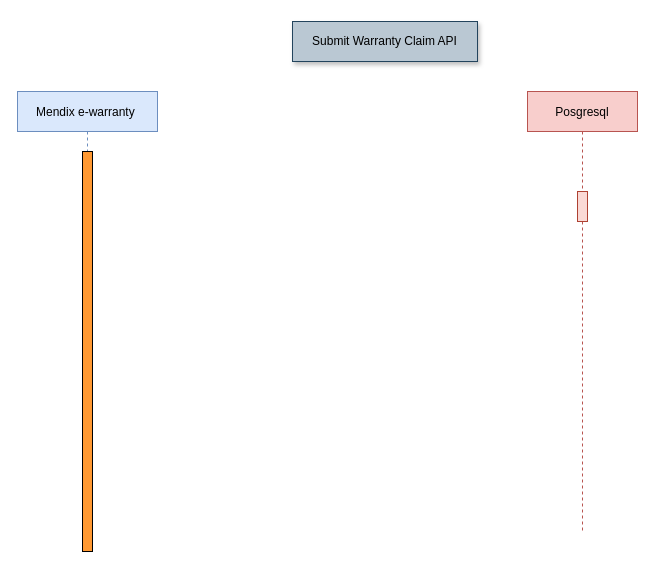
Above: Untitled Diagram.drawio in MrMetalAddict/Retail-Mon (draw.io), before the change. Source tidied: cells renumbered, new cells numbered last; positions are measured from the earlier drawing's top-left corner, leaving out a move shared by most shapes. Both pictures are drawn from the tidied source at 100%, with x=0, y=0 at pixel (17, 21).
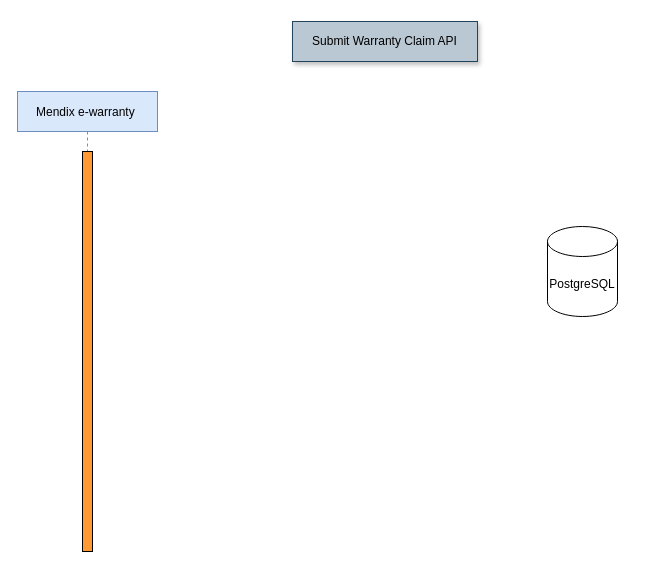
The same diagram, later.

What changed in the source:
```diff
@@
 <mxGraphModel>
   <root>
     <mxCell id="0" />
     <mxCell id="1" parent="0" />
     <mxCell id="2" value="Mendix e-warranty " style="shape=umlLifeline;perimeter=lifelinePerimeter;rounded=0;shadow=0;strokeWidth=1;fillColor=#dae8fc;strokeColor=#6c8ebf;" parent="1" vertex="1">
       <mxGeometry y="70" width="140" height="440" as="geometry" />
     </mxCell>
     <mxCell id="3" style="perimeter=orthogonalPerimeter;rounded=0;shadow=0;strokeWidth=1;fillColor=#FF9933;" parent="2" vertex="1">
       <mxGeometry x="65" y="60" width="10" height="400" as="geometry" />
     </mxCell>
     <mxCell id="4" value="Submit Warranty Claim API" style="text;html=1;align=center;verticalAlign=middle;whiteSpace=wrap;rounded=0;shadow=1;fillColor=#bac8d3;strokeColor=#23445d;" parent="1" vertex="1">
       <mxGeometry x="275" width="185" height="40" as="geometry" />
     </mxCell>
     <mxCell id="5" value="&lt;span style=&quot;color: rgba(0 , 0 , 0 , 0) ; font-family: monospace ; font-size: 0px&quot;&gt;g&lt;/span&gt;" style="text;html=1;align=center;verticalAlign=middle;" parent="1" vertex="1">
       <mxGeometry x="400" y="240" width="20" height="20" as="geometry" />
     </mxCell>
-    <mxCell id="6" value="Posgresql" style="shape=umlLifeline;perimeter=lifelinePerimeter;rounded=0;shadow=0;strokeWidth=1;fillColor=#f8cecc;strokeColor=#b85450;" parent="1" vertex="1">
-      <mxGeometry x="510" y="70" width="110" height="440" as="geometry" />
-    </mxCell>
-    <mxCell id="7" style="html=1;perimeter=orthogonalPerimeter;labelBackgroundColor=#ffffff;fillColor=#fad9d5;strokeColor=#ae4132;" parent="6" vertex="1">
-      <mxGeometry x="50" y="100" width="10" height="30" as="geometry" />
-    </mxCell>
+    <mxCell id="8" value="PostgreSQL" style="shape=cylinder3;whiteSpace=wrap;html=1;boundedLbl=1;backgroundOutline=1;size=15;" parent="1" vertex="1">
+      <mxGeometry x="530" y="205" width="70" height="90" as="geometry" />
+    </mxCell>
   </root>
 </mxGraphModel>
```
